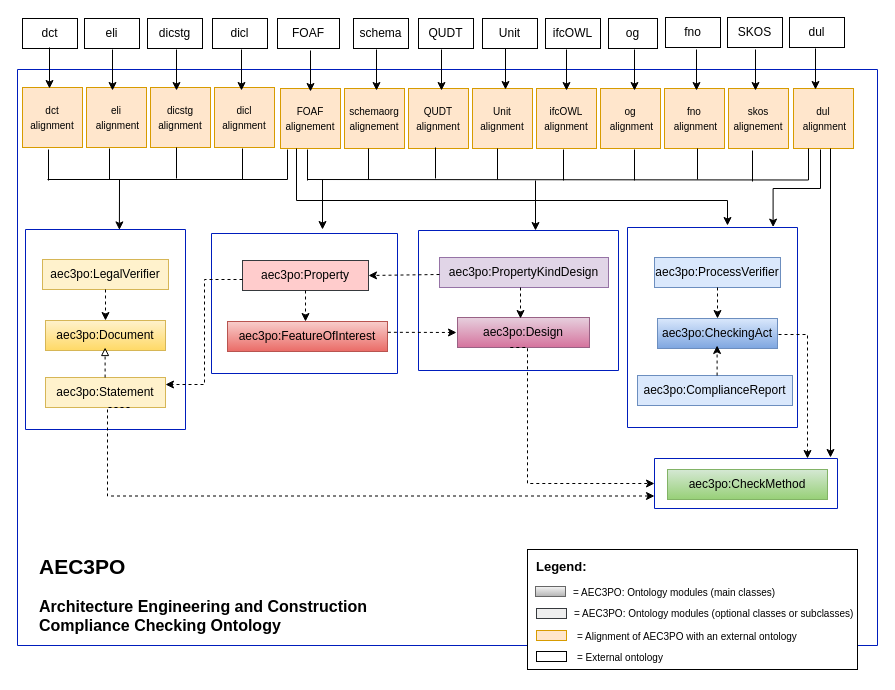
Before: page "alignment" (2 of 48) of src/aec3po.drawio in Accord-Project/aec3po, a draw.io diagram. Source tidied: cells renumbered, new cells numbered last; positions are measured from the earlier drawing's top-left corner, leaving out a move shared by most shapes. Both pictures are drawn from the tidied source at 100%, with x=0, y=0 at pixel (17, 17).
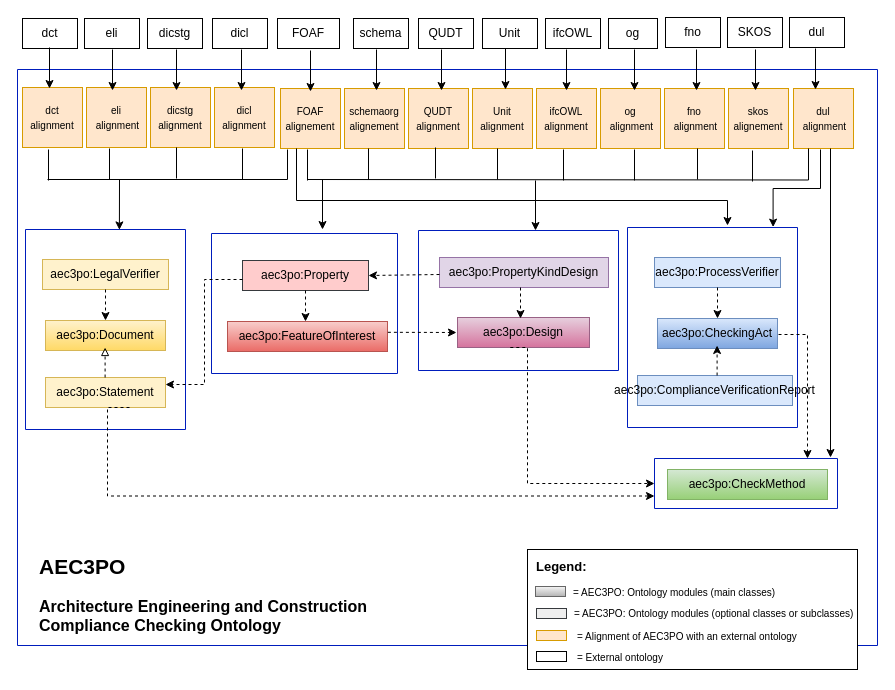
After the change.

Commit message (it also covers changes not shown here):
compliancereport -> complianceverificationreport

What changed in the source:
```diff
@@
-    <mxCell id="16" value="aec3po:ComplianceReport" style="rounded=0;whiteSpace=wrap;html=1;fillColor=#dae8fc;strokeColor=#6c8ebf;" parent="1" vertex="1">
+    <mxCell id="16" value="aec3po:ComplianceVerificationReport" style="rounded=0;whiteSpace=wrap;html=1;fillColor=#dae8fc;strokeColor=#6c8ebf;" parent="1" vertex="1">
       <mxGeometry x="620" y="358" width="155" height="30" as="geometry" />
     </mxCell>
```
